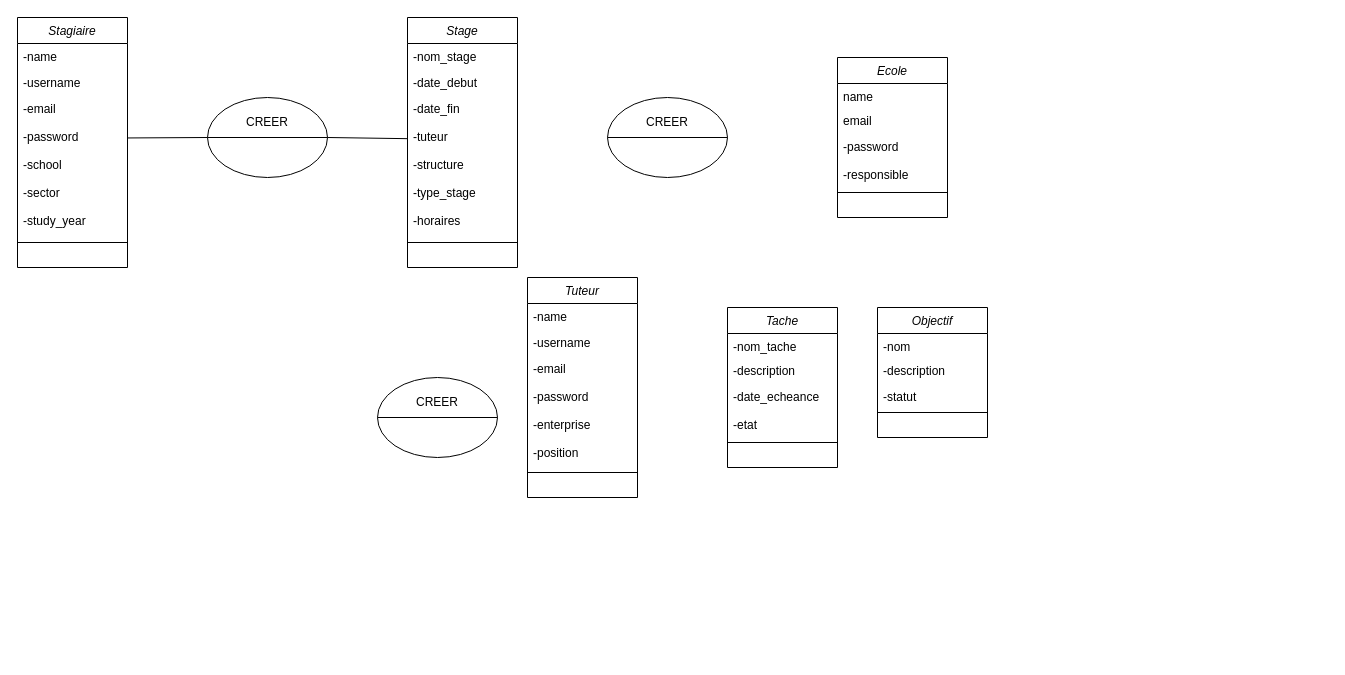
Earlier version of the draw.io diagram public/Diagramme sans nom.drawio (A2blackMZ/Sams-Dine-ALIDOU). Source tidied: cells renumbered, new cells numbered last; positions are measured from the earlier drawing's top-left corner, leaving out a move shared by most shapes. Both pictures are drawn from the tidied source at 100%, with x=0, y=0 at pixel (17, 17).
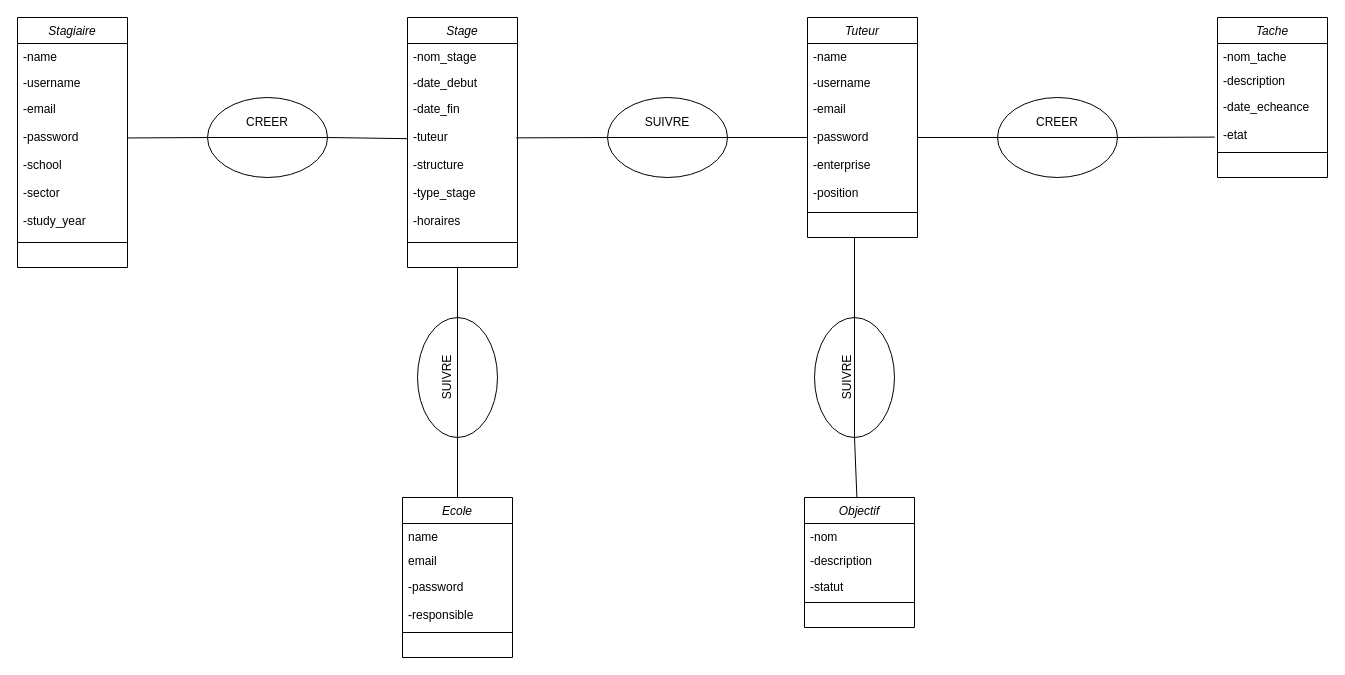
Above is the later version.

The change refers to these unchanged cells:
```xml
<mxCell id="20" value="-date_fin&#10;&#10;-tuteur&#10;&#10;-structure&#10;&#10;-type_stage&#10;&#10;-horaires" style="text;align=left;verticalAlign=top;spacingLeft=4;spacingRight=4;overflow=hidden;points=[[0,0.5],[1,0.5]];portConstraint=eastwest;rounded=0;shadow=0;html=0;" parent="17" vertex="1">
  <mxGeometry y="78" width="110" height="132" as="geometry" />
</mxCell>
<mxCell id="25" value="-date_echeance&#10;&#10;-etat" style="text;align=left;verticalAlign=top;spacingLeft=4;spacingRight=4;overflow=hidden;points=[[0,0.5],[1,0.5]];portConstraint=eastwest;rounded=0;shadow=0;html=0;" parent="22" vertex="1">
  <mxGeometry y="76" width="110" height="44" as="geometry" />
</mxCell>
```

What changed in the source:
```diff
@@
     <mxCell id="7" value="Tuteur" style="swimlane;fontStyle=2;align=center;verticalAlign=top;horizontal=1;startSize=26;rounded=0;shadow=0;strokeWidth=1;" parent="1" vertex="1">
-      <mxGeometry x="510" y="260" width="110" height="220" as="geometry" />
+      <mxGeometry x="790" width="110" height="220" as="geometry" />
     </mxCell>
@@
     <mxCell id="12" value="Ecole" style="swimlane;fontStyle=2;align=center;verticalAlign=top;horizontal=1;startSize=26;rounded=0;shadow=0;strokeWidth=1;" parent="1" vertex="1">
-      <mxGeometry x="820" y="40" width="110" height="160" as="geometry" />
+      <mxGeometry x="385" y="480" width="110" height="160" as="geometry" />
     </mxCell>
@@
     <mxCell id="22" value="Tache" style="swimlane;fontStyle=2;align=center;verticalAlign=top;horizontal=1;startSize=26;rounded=0;shadow=0;strokeWidth=1;" parent="1" vertex="1">
-      <mxGeometry x="710" y="290" width="110" height="160" as="geometry" />
+      <mxGeometry x="1200" width="110" height="160" as="geometry" />
     </mxCell>
@@
     <mxCell id="27" value="Objectif" style="swimlane;fontStyle=2;align=center;verticalAlign=top;horizontal=1;startSize=26;rounded=0;shadow=0;strokeWidth=1;" parent="1" vertex="1">
-      <mxGeometry x="860" y="290" width="110" height="130" as="geometry" />
+      <mxGeometry x="787" y="480" width="110" height="130" as="geometry" />
     </mxCell>
@@
     <mxCell id="36" style="ellipse;whiteSpace=wrap;html=1;" parent="1" vertex="1">
-      <mxGeometry x="360" y="360" width="120" height="80" as="geometry" />
+      <mxGeometry x="980" y="80" width="120" height="80" as="geometry" />
     </mxCell>
     <mxCell id="37" value="CREER" style="text;html=1;align=center;verticalAlign=middle;whiteSpace=wrap;rounded=0;" parent="1" vertex="1">
-      <mxGeometry x="390" y="370" width="60" height="30" as="geometry" />
+      <mxGeometry x="1010" y="90" width="60" height="30" as="geometry" />
     </mxCell>
-    <mxCell id="38" style="endArrow=none;html=1;rounded=0;exitX=0;exitY=0.5;exitDx=0;exitDy=0;" parent="1" edge="1" source="36">
-      <mxGeometry relative="1" as="geometry">
-        <mxPoint x="480" y="400" as="targetPoint" />
-      </mxGeometry>
+    <mxCell id="38" style="endArrow=none;html=1;rounded=0;exitX=0;exitY=0.5;exitDx=0;exitDy=0;entryX=1;entryY=0.5;entryDx=0;entryDy=0;" parent="1" edge="1" source="36" target="36">
+      <mxGeometry relative="1" as="geometry" />
     </mxCell>
-    <mxCell id="39" value="CREER" style="text;html=1;align=center;verticalAlign=middle;whiteSpace=wrap;rounded=0;" parent="1" vertex="1">
+    <mxCell id="39" value="SUIVRE" style="text;html=1;align=center;verticalAlign=middle;whiteSpace=wrap;rounded=0;" parent="1" vertex="1">
       <mxGeometry x="620" y="90" width="60" height="30" as="geometry" />
     </mxCell>
@@
+    <mxCell id="43" style="endArrow=none;html=1;rounded=0;entryX=0.989;entryY=0.321;entryDx=0;entryDy=0;entryPerimeter=0;" parent="1" edge="1" target="20">
+      <mxGeometry relative="1" as="geometry">
+        <mxPoint x="590" y="120" as="sourcePoint" />
+      </mxGeometry>
+    </mxCell>
+    <mxCell id="44" style="endArrow=none;html=1;rounded=0;" parent="1" edge="1">
+      <mxGeometry relative="1" as="geometry">
+        <mxPoint x="790" y="120" as="sourcePoint" />
+        <mxPoint x="710" y="120" as="targetPoint" />
+      </mxGeometry>
+    </mxCell>
+    <mxCell id="45" style="endArrow=none;html=1;rounded=0;" parent="1" edge="1">
+      <mxGeometry relative="1" as="geometry">
+        <mxPoint x="980" y="120" as="sourcePoint" />
+        <mxPoint x="900" y="120" as="targetPoint" />
+      </mxGeometry>
+    </mxCell>
+    <mxCell id="46" style="endArrow=none;html=1;rounded=0;exitX=-0.025;exitY=0.991;exitDx=0;exitDy=0;exitPerimeter=0;" parent="1" edge="1" source="25">
+      <mxGeometry relative="1" as="geometry">
+        <mxPoint x="1100" y="120" as="targetPoint" />
+      </mxGeometry>
+    </mxCell>
+    <mxCell id="47" style="ellipse;whiteSpace=wrap;html=1;rotation=-90;" parent="1" vertex="1">
+      <mxGeometry x="380" y="320" width="120" height="80" as="geometry" />
+    </mxCell>
+    <mxCell id="48" style="endArrow=none;html=1;rounded=0;entryX=1;entryY=0.5;entryDx=0;entryDy=0;" parent="1" edge="1" target="47">
+      <mxGeometry relative="1" as="geometry">
+        <mxPoint x="440" y="430" as="sourcePoint" />
+      </mxGeometry>
+    </mxCell>
+    <mxCell id="49" style="endArrow=none;html=1;rounded=0;" parent="1" edge="1">
+      <mxGeometry relative="1" as="geometry">
+        <mxPoint x="440" y="300" as="sourcePoint" />
+        <mxPoint x="440" y="250" as="targetPoint" />
+      </mxGeometry>
+    </mxCell>
+    <mxCell id="50" style="endArrow=none;html=1;rounded=0;exitX=0.5;exitY=0;exitDx=0;exitDy=0;" parent="1" edge="1" source="12">
+      <mxGeometry relative="1" as="geometry">
+        <mxPoint x="440" y="420" as="targetPoint" />
+      </mxGeometry>
+    </mxCell>
+    <mxCell id="51" value="SUIVRE" style="text;html=1;align=center;verticalAlign=middle;whiteSpace=wrap;rounded=0;rotation=-90;" parent="1" vertex="1">
+      <mxGeometry x="400" y="345" width="60" height="30" as="geometry" />
+    </mxCell>
+    <mxCell id="52" style="ellipse;whiteSpace=wrap;html=1;rotation=-90;" parent="1" vertex="1">
+      <mxGeometry x="777" y="320" width="120" height="80" as="geometry" />
+    </mxCell>
+    <mxCell id="53" style="endArrow=none;html=1;rounded=0;exitX=1;exitY=0.5;exitDx=0;exitDy=0;" parent="1" edge="1" source="52">
+      <mxGeometry relative="1" as="geometry">
+        <mxPoint x="837" y="220" as="targetPoint" />
+      </mxGeometry>
+    </mxCell>
+    <mxCell id="54" style="endArrow=none;html=1;rounded=0;exitX=0;exitY=0.5;exitDx=0;exitDy=0;" parent="1" edge="1" source="52" target="27">
+      <mxGeometry relative="1" as="geometry" />
+    </mxCell>
+    <mxCell id="55" value="SUIVRE" style="text;html=1;align=center;verticalAlign=middle;whiteSpace=wrap;rounded=0;rotation=-90;" parent="1" vertex="1">
+      <mxGeometry x="800" y="345" width="60" height="30" as="geometry" />
+    </mxCell>
+    <mxCell id="56" style="endArrow=none;html=1;rounded=0;entryX=1;entryY=0.5;entryDx=0;entryDy=0;" parent="1" edge="1" target="52">
+      <mxGeometry relative="1" as="geometry">
+        <mxPoint x="837" y="420" as="sourcePoint" />
+      </mxGeometry>
+    </mxCell>
```
